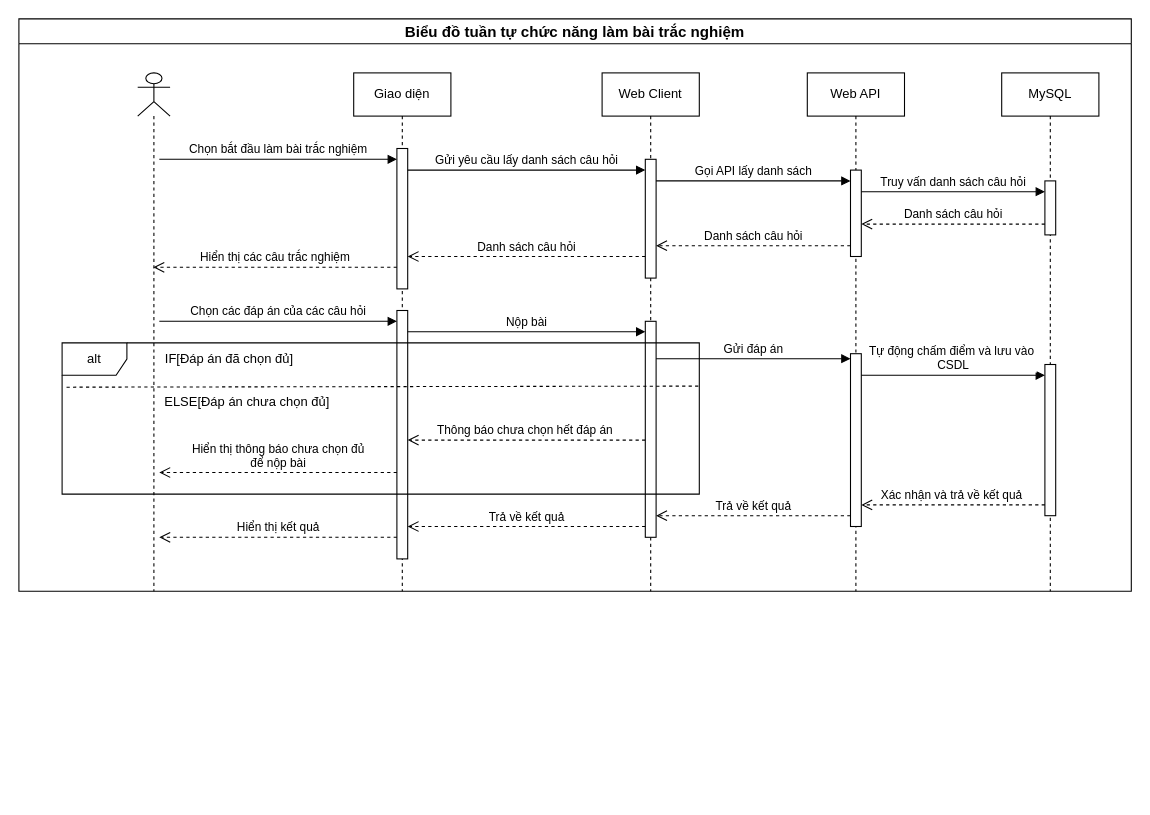
toniiplaycode/DNC-Learning keeps this draw.io diagram as document/Sequences/SequencesTracNghiem.drawio. Above is the earlier version. Source tidied: cells renumbered, new cells numbered last; positions are measured from the earlier drawing's top-left corner, leaving out a move shared by most shapes. Both pictures are drawn from the tidied source at 108%, with x=0, y=0 at pixel (18, 18).
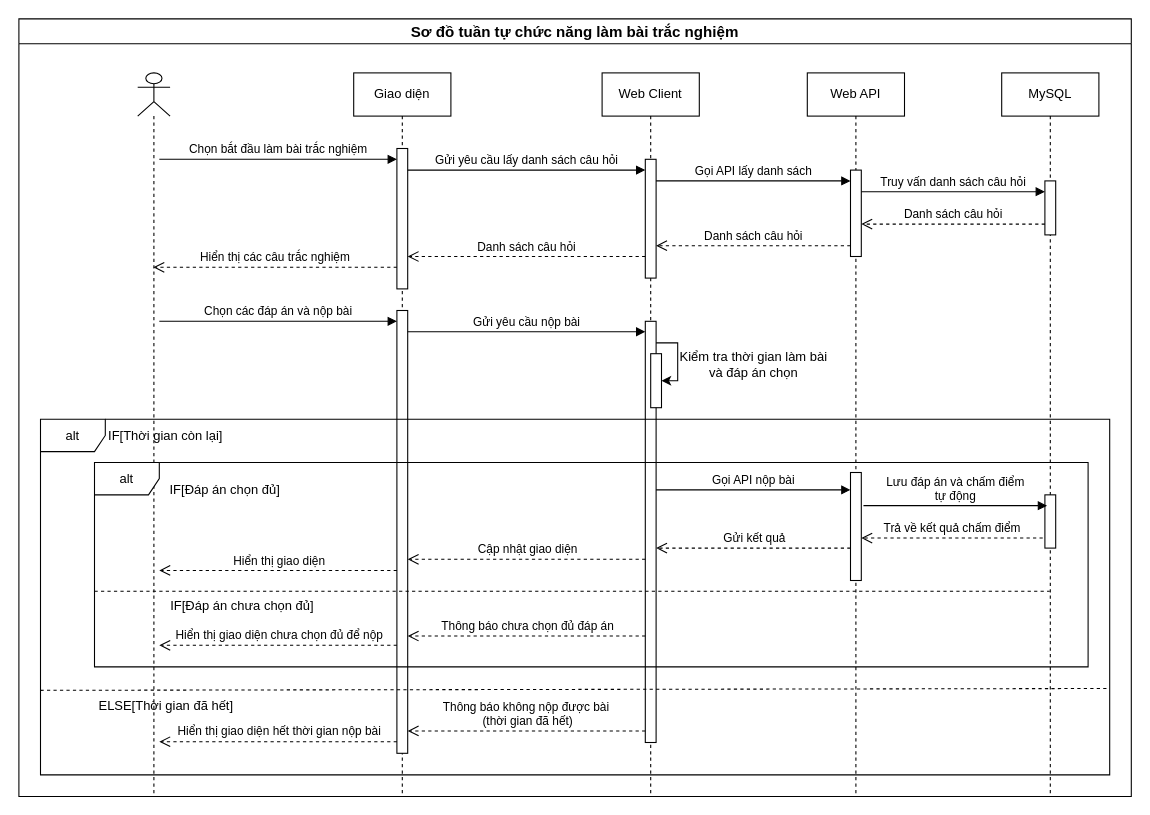
The same page after the edit.

Change to the diagram source:
```diff
@@
-    <mxCell id="2" value="Biểu đồ tuần tự chức năng làm bài trắc nghiệm" style="swimlane;whiteSpace=wrap;html=1;startSize=23;fontSize=14;" parent="1" vertex="1">
-      <mxGeometry width="1030" height="530" as="geometry" />
+    <mxCell id="2" value="Sơ đồ tuần tự chức năng làm bài trắc nghiệm" style="swimlane;whiteSpace=wrap;html=1;startSize=23;fontSize=14;" parent="1" vertex="1">
+      <mxGeometry width="1030" height="720" as="geometry" />
     </mxCell>
     <mxCell id="3" style="shape=umlLifeline;perimeter=lifelinePerimeter;whiteSpace=wrap;html=1;outlineConnect=0;portConstraint=eastwest;newEdgeStyle={&quot;curved&quot;:0,&quot;rounded&quot;:0};participant=umlActor;" parent="2" vertex="1">
-      <mxGeometry x="110" y="50" width="30" height="480" as="geometry" />
+      <mxGeometry x="110" y="50" width="30" height="670" as="geometry" />
     </mxCell>
     <mxCell id="4" value="Giao diện" style="shape=umlLifeline;perimeter=lifelinePerimeter;whiteSpace=wrap;html=1;newEdgeStyle={&quot;curved&quot;:0,&quot;rounded&quot;:0};" parent="2" vertex="1">
-      <mxGeometry x="310" y="50" width="90" height="480" as="geometry" />
+      <mxGeometry x="310" y="50" width="90" height="670" as="geometry" />
     </mxCell>
@@
     <mxCell id="6" style="html=1;points=[[0,0,0,0,5],[0,1,0,0,-5],[1,0,0,0,5],[1,1,0,0,-5]];perimeter=orthogonalPerimeter;outlineConnect=0;targetShapes=umlLifeline;portConstraint=eastwest;newEdgeStyle={&quot;curved&quot;:0,&quot;rounded&quot;:0};" parent="4" vertex="1">
-      <mxGeometry x="40" y="220" width="10" height="230" as="geometry" />
+      <mxGeometry x="40" y="220" width="10" height="410" as="geometry" />
     </mxCell>
     <mxCell id="7" value="Web Client" style="shape=umlLifeline;perimeter=lifelinePerimeter;whiteSpace=wrap;html=1;newEdgeStyle={&quot;curved&quot;:0,&quot;rounded&quot;:0};" parent="2" vertex="1">
-      <mxGeometry x="540" y="50" width="90" height="480" as="geometry" />
+      <mxGeometry x="540" y="50" width="90" height="670" as="geometry" />
     </mxCell>
@@
     <mxCell id="9" style="html=1;points=[[0,0,0,0,5],[0,1,0,0,-5],[1,0,0,0,5],[1,1,0,0,-5]];perimeter=orthogonalPerimeter;outlineConnect=0;targetShapes=umlLifeline;portConstraint=eastwest;newEdgeStyle={&quot;curved&quot;:0,&quot;rounded&quot;:0};" parent="7" vertex="1">
-      <mxGeometry x="40" y="230" width="10" height="200" as="geometry" />
+      <mxGeometry x="40" y="230" width="10" height="390" as="geometry" />
     </mxCell>
+    <mxCell id="38" style="html=1;points=[[0,0,0,0,5],[0,1,0,0,-5],[1,0,0,0,5],[1,1,0,0,-5]];perimeter=orthogonalPerimeter;outlineConnect=0;targetShapes=umlLifeline;portConstraint=eastwest;newEdgeStyle={&quot;curved&quot;:0,&quot;rounded&quot;:0};" parent="7" vertex="1">
+      <mxGeometry x="45" y="260" width="10" height="50" as="geometry" />
+    </mxCell>
+    <mxCell id="39" style="edgeStyle=orthogonalEdgeStyle;rounded=0;jettySize=auto;html=1;curved=0;" parent="7" edge="1" source="9" target="38">
+      <mxGeometry relative="1" as="geometry">
+        <Array as="points">
+          <mxPoint x="70" y="250" />
+          <mxPoint x="70" y="285" />
+        </Array>
+      </mxGeometry>
+    </mxCell>
     <mxCell id="10" value="Web API" style="shape=umlLifeline;perimeter=lifelinePerimeter;whiteSpace=wrap;html=1;newEdgeStyle={&quot;curved&quot;:0,&quot;rounded&quot;:0};" parent="2" vertex="1">
-      <mxGeometry x="730" y="50" width="90" height="480" as="geometry" />
+      <mxGeometry x="730" y="50" width="90" height="670" as="geometry" />
     </mxCell>
@@
-    <mxCell id="12" style="html=1;perimeter=orthogonalPerimeter;targetShapes=umlLifeline;newEdgeStyle={&quot;curved&quot;:0,&quot;rounded&quot;:0};" parent="10" vertex="1">
-      <mxGeometry x="40" y="260" width="10" height="160" as="geometry" />
-    </mxCell>
@@
     <mxCell id="16" value="MySQL" style="shape=umlLifeline;perimeter=lifelinePerimeter;whiteSpace=wrap;html=1;newEdgeStyle={&quot;curved&quot;:0,&quot;rounded&quot;:0};" parent="2" vertex="1">
-      <mxGeometry x="910" y="50" width="90" height="480" as="geometry" />
+      <mxGeometry x="910" y="50" width="90" height="670" as="geometry" />
     </mxCell>
@@
-    <mxCell id="18" style="html=1;perimeter=orthogonalPerimeter;targetShapes=umlLifeline;newEdgeStyle={&quot;curved&quot;:0,&quot;rounded&quot;:0};" parent="16" vertex="1">
-      <mxGeometry x="40" y="270" width="10" height="140" as="geometry" />
-    </mxCell>
@@
-    <mxCell id="24" value="Chọn các đáp án của các câu hỏi" style="html=1;verticalAlign=bottom;endArrow=block;curved=0;rounded=0;" parent="2" edge="1">
+    <mxCell id="24" value="Chọn các đáp án và nộp bài" style="html=1;verticalAlign=bottom;endArrow=block;curved=0;rounded=0;" parent="2" edge="1">
       <mxGeometry relative="1" as="geometry">
         <mxPoint x="130" y="280" as="sourcePoint" />
         <mxPoint x="350" y="280" as="targetPoint" />
       </mxGeometry>
     </mxCell>
-    <mxCell id="25" value="Nộp bài" style="html=1;verticalAlign=bottom;endArrow=block;curved=0;rounded=0;" parent="2" edge="1">
+    <mxCell id="25" value="Gửi yêu cầu nộp bài" style="html=1;verticalAlign=bottom;endArrow=block;curved=0;rounded=0;" parent="2" edge="1">
       <mxGeometry relative="1" as="geometry">
         <mxPoint x="360" y="289.7" as="sourcePoint" />
         <mxPoint x="580" y="289.7" as="targetPoint" />
       </mxGeometry>
     </mxCell>
-    <mxCell id="26" value="Gửi đáp án" style="html=1;verticalAlign=bottom;endArrow=block;curved=0;rounded=0;" parent="2" edge="1">
-      <mxGeometry relative="1" as="geometry">
-        <mxPoint x="590" y="314.6" as="sourcePoint" />
-        <mxPoint x="770" y="314.6" as="targetPoint" />
-      </mxGeometry>
-    </mxCell>
-    <mxCell id="27" value="Tự động chấm điểm và lưu vào&amp;nbsp;&lt;br&gt;CSDL" style="html=1;verticalAlign=bottom;endArrow=block;curved=0;rounded=0;" parent="2" edge="1">
-      <mxGeometry relative="1" as="geometry">
-        <mxPoint x="780" y="330" as="sourcePoint" />
-        <mxPoint x="950" y="330" as="targetPoint" />
-      </mxGeometry>
-    </mxCell>
+    <mxCell id="40" value="Kiểm tra thời gian làm bài&lt;br&gt;và đáp án chọn" style="text;html=1;align=center;verticalAlign=middle;strokeColor=none;fillColor=none;" parent="2" vertex="1">
+      <mxGeometry x="600" y="300" width="160" height="40" as="geometry" />
+    </mxCell>
     <mxCell id="28" value="alt" style="shape=umlFrame;whiteSpace=wrap;html=1;" parent="2" vertex="1">
-      <mxGeometry x="40" y="300" width="590" height="140" as="geometry" />
+      <mxGeometry x="20" y="370.7" width="990" height="329.3" as="geometry" />
     </mxCell>
+    <mxCell id="41" value="alt" style="shape=umlFrame;whiteSpace=wrap;html=1;" parent="2" vertex="1">
+      <mxGeometry x="70" y="410.7" width="920" height="189.3" as="geometry" />
+    </mxCell>
+    <mxCell id="12" style="html=1;perimeter=orthogonalPerimeter;targetShapes=umlLifeline;newEdgeStyle={&quot;curved&quot;:0,&quot;rounded&quot;:0};" parent="2" vertex="1">
+      <mxGeometry x="770" y="420" width="10" height="100" as="geometry" />
+    </mxCell>
+    <mxCell id="18" style="html=1;perimeter=orthogonalPerimeter;targetShapes=umlLifeline;newEdgeStyle={&quot;curved&quot;:0,&quot;rounded&quot;:0};" parent="2" vertex="1">
+      <mxGeometry x="950" y="440.7" width="10" height="49.3" as="geometry" />
+    </mxCell>
+    <mxCell id="30" value="IF[Thời gian còn lại]" style="text;html=1;align=center;verticalAlign=middle;whiteSpace=wrap;rounded=0;" parent="2" vertex="1">
+      <mxGeometry x="30" y="360" width="211.5" height="51.4" as="geometry" />
+    </mxCell>
-    <mxCell id="29" style="endArrow=none;dashed=1;html=1;rounded=0;entryX=0.994;entryY=0.498;entryDx=0;entryDy=0;entryPerimeter=0;exitX=0.001;exitY=0.503;exitDx=0;exitDy=0;exitPerimeter=0;" parent="2" edge="1">
+    <mxCell id="29" style="endArrow=none;dashed=1;html=1;rounded=0;exitX=0.001;exitY=0.503;exitDx=0;exitDy=0;exitPerimeter=0;" parent="2" edge="1">
       <mxGeometry relative="1" as="geometry">
-        <mxPoint x="44.1" y="341" as="sourcePoint" />
-        <mxPoint x="630" y="340" as="targetPoint" />
+        <mxPoint x="20" y="621.7" as="sourcePoint" />
+        <mxPoint x="1010" y="620" as="targetPoint" />
       </mxGeometry>
     </mxCell>
-    <mxCell id="30" value="IF[Đáp án đã chọn đủ]" style="text;html=1;align=center;verticalAlign=middle;whiteSpace=wrap;rounded=0;" parent="2" vertex="1">
-      <mxGeometry x="130" y="300" width="130" height="30" as="geometry" />
-    </mxCell>
-    <mxCell id="31" value="Thông báo chưa chọn hết đáp án&amp;nbsp;" style="html=1;verticalAlign=bottom;endArrow=open;dashed=1;endSize=8;curved=0;rounded=0;" parent="2" edge="1">
-      <mxGeometry relative="1" as="geometry">
-        <mxPoint x="580" y="390" as="sourcePoint" />
-        <mxPoint x="360" y="390" as="targetPoint" />
-      </mxGeometry>
-    </mxCell>
-    <mxCell id="32" value="Hiển thị thông báo chưa chọn đủ&lt;br&gt;để nộp bài" style="html=1;verticalAlign=bottom;endArrow=open;dashed=1;endSize=8;curved=0;rounded=0;" parent="2" edge="1">
-      <mxGeometry relative="1" as="geometry">
-        <mxPoint x="350" y="420" as="sourcePoint" />
-        <mxPoint x="130" y="420" as="targetPoint" />
-      </mxGeometry>
-    </mxCell>
-    <mxCell id="33" value="ELSE[Đáp án chưa chọn đủ]" style="text;html=1;align=center;verticalAlign=middle;whiteSpace=wrap;rounded=0;" parent="2" vertex="1">
-      <mxGeometry x="130" y="340" width="163" height="30" as="geometry" />
+    <mxCell id="33" value="ELSE[Thời gian đã hết]" style="text;html=1;align=center;verticalAlign=middle;whiteSpace=wrap;rounded=0;" parent="2" vertex="1">
+      <mxGeometry x="4" y="610" width="265.2" height="51.4" as="geometry" />
     </mxCell>
-    <mxCell id="34" value="Xác nhận và trả về&amp;nbsp;kết quả&amp;nbsp;" style="html=1;verticalAlign=bottom;endArrow=open;dashed=1;endSize=8;curved=0;rounded=0;" parent="2" edge="1">
-      <mxGeometry relative="1" as="geometry">
-        <mxPoint x="950" y="450" as="sourcePoint" />
-        <mxPoint x="780" y="450" as="targetPoint" />
-      </mxGeometry>
-    </mxCell>
-    <mxCell id="35" value="Trả về kết quả" style="html=1;verticalAlign=bottom;endArrow=open;dashed=1;endSize=8;curved=0;rounded=0;" parent="2" edge="1" target="9">
-      <mxGeometry relative="1" as="geometry">
-        <mxPoint x="770" y="460" as="sourcePoint" />
-      </mxGeometry>
-    </mxCell>
-    <mxCell id="36" value="Trả về kết quả" style="html=1;verticalAlign=bottom;endArrow=open;dashed=1;endSize=8;curved=0;rounded=0;" parent="2" edge="1" target="6">
-      <mxGeometry relative="1" as="geometry">
-        <mxPoint x="580" y="470" as="sourcePoint" />
-      </mxGeometry>
-    </mxCell>
-    <mxCell id="37" value="Hiển thị kết quả" style="html=1;verticalAlign=bottom;endArrow=open;dashed=1;endSize=8;curved=0;rounded=0;" parent="2" edge="1">
-      <mxGeometry relative="1" as="geometry">
-        <mxPoint x="350" y="480" as="sourcePoint" />
-        <mxPoint x="130" y="480" as="targetPoint" />
-      </mxGeometry>
-    </mxCell>
+    <mxCell id="42" style="endArrow=none;dashed=1;html=1;rounded=0;exitX=0.001;exitY=0.503;exitDx=0;exitDy=0;exitPerimeter=0;" parent="2" edge="1">
+      <mxGeometry relative="1" as="geometry">
+        <mxPoint x="70" y="530" as="sourcePoint" />
+        <mxPoint x="954.5" y="530" as="targetPoint" />
+      </mxGeometry>
+    </mxCell>
+    <mxCell id="43" value="Lưu đáp án và chấm điểm &lt;br&gt;tự động" style="html=1;verticalAlign=bottom;endArrow=block;curved=0;rounded=0;" parent="2" edge="1">
+      <mxGeometry relative="1" as="geometry">
+        <mxPoint x="782" y="450.7" as="sourcePoint" />
+        <mxPoint x="952" y="450.7" as="targetPoint" />
+      </mxGeometry>
+    </mxCell>
+    <mxCell id="44" value="Trả về kết quả chấm điểm" style="html=1;verticalAlign=bottom;endArrow=open;dashed=1;endSize=8;curved=0;rounded=0;entryX=1;entryY=0.425;entryDx=0;entryDy=0;entryPerimeter=0;" parent="2" edge="1">
+      <mxGeometry relative="1" as="geometry">
+        <mxPoint x="948" y="480.7" as="sourcePoint" />
+        <mxPoint x="780" y="480.7" as="targetPoint" />
+      </mxGeometry>
+    </mxCell>
+    <mxCell id="45" value="IF[Đáp án chọn đủ]" style="text;html=1;align=center;verticalAlign=middle;whiteSpace=wrap;rounded=0;" parent="2" vertex="1">
+      <mxGeometry x="85" y="410.7" width="211.5" height="51.4" as="geometry" />
+    </mxCell>
+    <mxCell id="46" value="IF[Đáp án chưa chọn đủ]" style="text;html=1;align=center;verticalAlign=middle;whiteSpace=wrap;rounded=0;" parent="2" vertex="1">
+      <mxGeometry x="100.5" y="518.6" width="211.5" height="51.4" as="geometry" />
+    </mxCell>
+    <mxCell id="47" value="Gửi kết quả" style="html=1;verticalAlign=bottom;endArrow=open;dashed=1;endSize=8;curved=0;rounded=0;" parent="2" edge="1">
+      <mxGeometry x="-0.01" relative="1" as="geometry">
+        <mxPoint x="770" y="490" as="sourcePoint" />
+        <mxPoint x="590" y="490" as="targetPoint" />
+      </mxGeometry>
+    </mxCell>
+    <mxCell id="48" value="Cập nhật giao diện" style="html=1;verticalAlign=bottom;endArrow=open;dashed=1;endSize=8;curved=0;rounded=0;" parent="2" edge="1">
+      <mxGeometry x="-0.01" relative="1" as="geometry">
+        <mxPoint x="580" y="500.4" as="sourcePoint" />
+        <mxPoint x="360" y="500.4" as="targetPoint" />
+      </mxGeometry>
+    </mxCell>
+    <mxCell id="49" value="Hiển thị giao diện" style="html=1;verticalAlign=bottom;endArrow=open;dashed=1;endSize=8;curved=0;rounded=0;" parent="2" edge="1">
+      <mxGeometry x="-0.01" relative="1" as="geometry">
+        <mxPoint x="350" y="510.7" as="sourcePoint" />
+        <mxPoint x="130" y="510.7" as="targetPoint" />
+      </mxGeometry>
+    </mxCell>
+    <mxCell id="50" value="Thông báo chưa chọn đủ đáp án" style="html=1;verticalAlign=bottom;endArrow=open;dashed=1;endSize=8;curved=0;rounded=0;" parent="2" edge="1">
+      <mxGeometry x="-0.01" relative="1" as="geometry">
+        <mxPoint x="580" y="571.4" as="sourcePoint" />
+        <mxPoint x="360" y="571.4" as="targetPoint" />
+      </mxGeometry>
+    </mxCell>
+    <mxCell id="51" value="Hiển thị giao diện chưa chọn đủ để nộp" style="html=1;verticalAlign=bottom;endArrow=open;dashed=1;endSize=8;curved=0;rounded=0;" parent="2" edge="1">
+      <mxGeometry x="-0.01" relative="1" as="geometry">
+        <mxPoint x="350" y="580" as="sourcePoint" />
+        <mxPoint x="130" y="580" as="targetPoint" />
+      </mxGeometry>
+    </mxCell>
+    <mxCell id="52" value="Thông báo không nộp được bài&amp;nbsp;&lt;br&gt;(thời gian đã hết)" style="html=1;verticalAlign=bottom;endArrow=open;dashed=1;endSize=8;curved=0;rounded=0;" parent="2" edge="1">
+      <mxGeometry x="-0.01" relative="1" as="geometry">
+        <mxPoint x="580" y="659.3" as="sourcePoint" />
+        <mxPoint x="360" y="659.3" as="targetPoint" />
+      </mxGeometry>
+    </mxCell>
+    <mxCell id="53" value="Hiển thị giao diện hết thời gian nộp bài" style="html=1;verticalAlign=bottom;endArrow=open;dashed=1;endSize=8;curved=0;rounded=0;" parent="2" edge="1">
+      <mxGeometry x="-0.01" relative="1" as="geometry">
+        <mxPoint x="350" y="669.3" as="sourcePoint" />
+        <mxPoint x="130" y="669.3" as="targetPoint" />
+      </mxGeometry>
+    </mxCell>
+    <mxCell id="54" value="Gọi API nộp bài" style="html=1;verticalAlign=bottom;endArrow=block;curved=0;rounded=0;" parent="2" edge="1">
+      <mxGeometry relative="1" as="geometry">
+        <mxPoint x="590" y="436.1" as="sourcePoint" />
+        <mxPoint x="770" y="436.1" as="targetPoint" />
+      </mxGeometry>
+    </mxCell>
```
